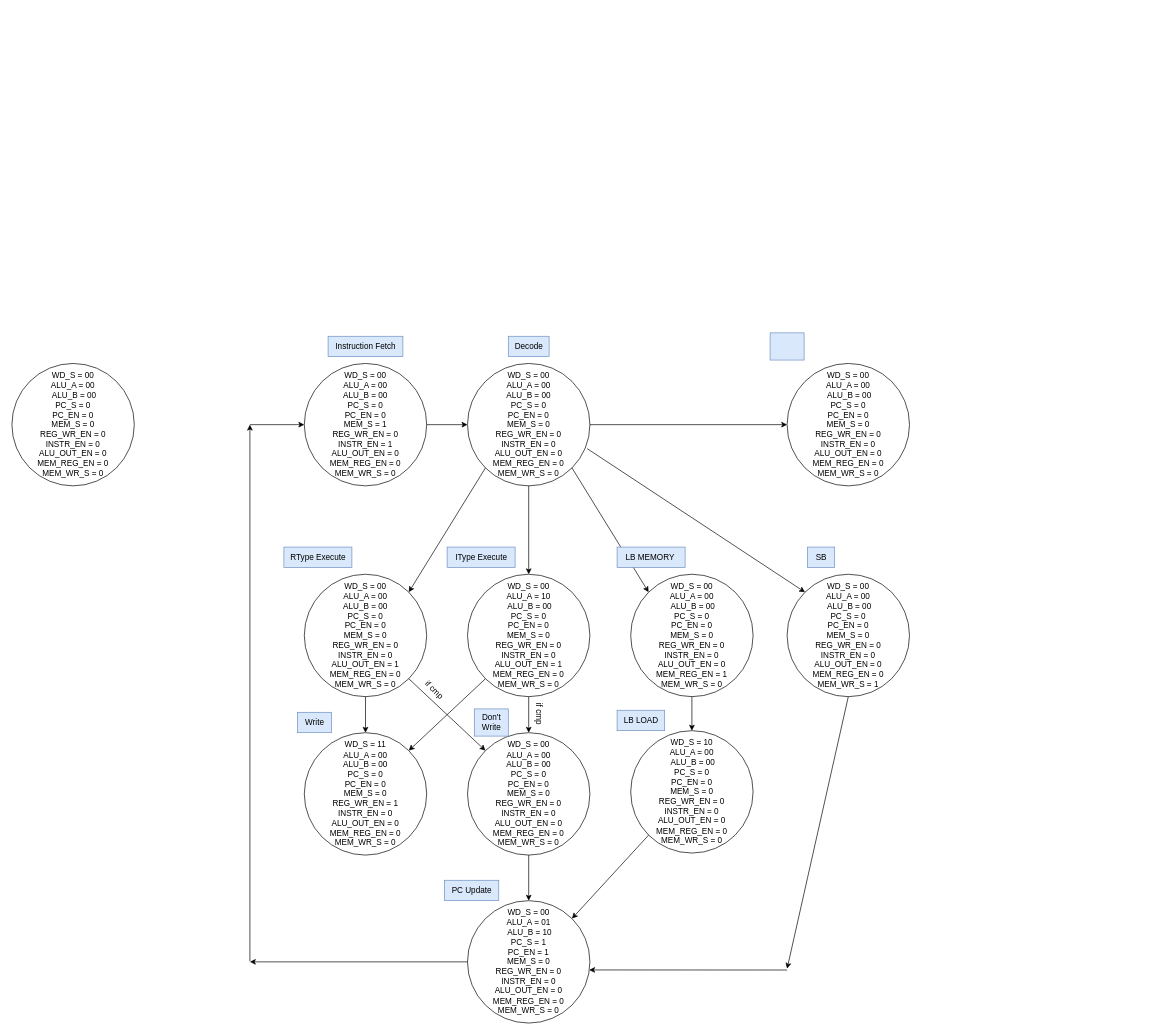
The draw.io diagram FSM.drawio in JaredMiller9922/3710-Group-Project, before the edit. Source tidied: cells renumbered, new cells numbered last; positions are measured from the earlier drawing's top-left corner, leaving out a move shared by most shapes. Both pictures are drawn from the tidied source at 68%, with x=0, y=0 at pixel (12, 333).
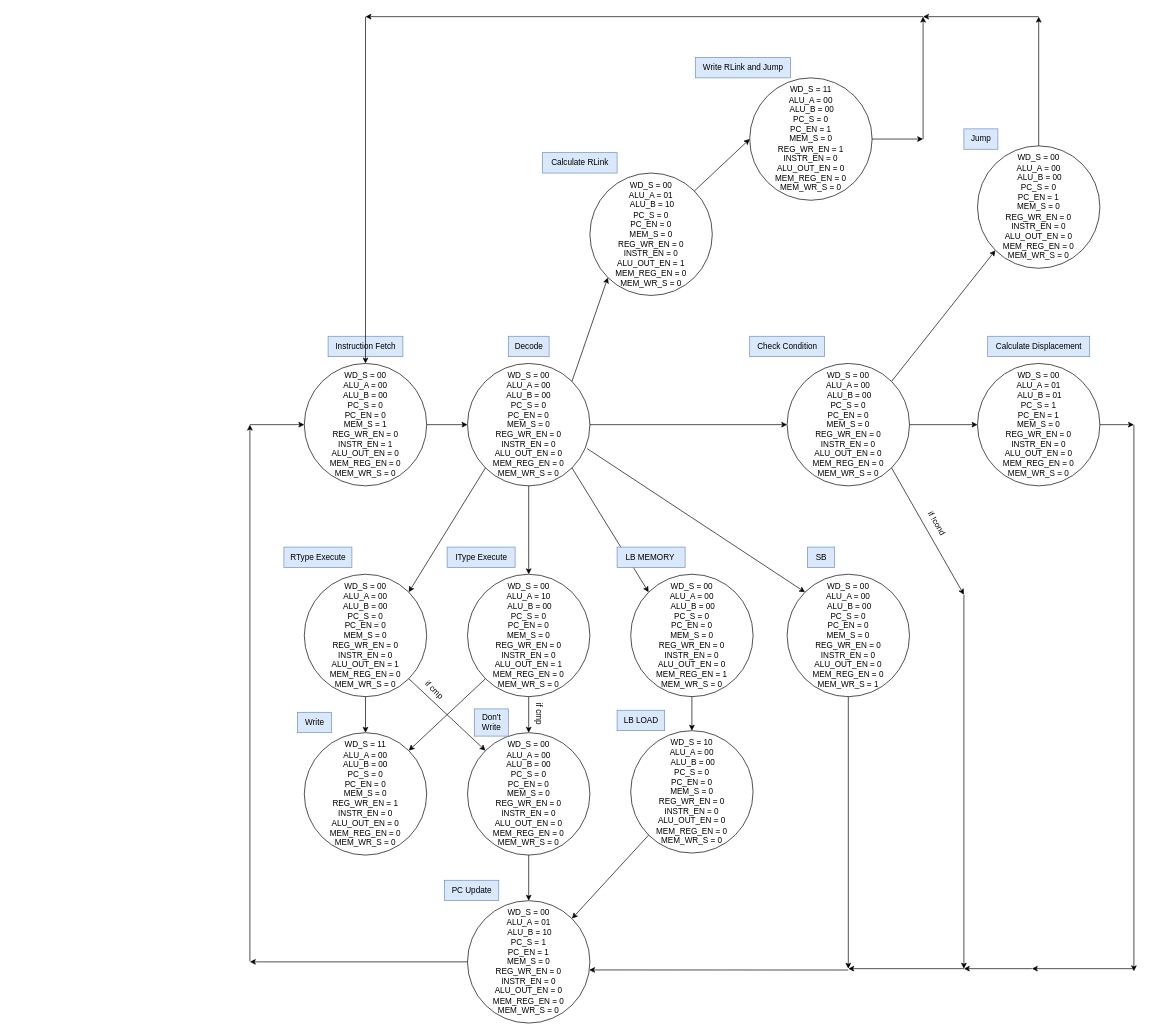
The same diagram, later.

Commit message (it also covers changes not shown here):
finishes fsm diagram and updates datapath

Unchanged cells that the change refers to:
```xml
<mxCell id="2" value="&lt;div&gt;&lt;div&gt;WD_S = 00&lt;/div&gt;&lt;div&gt;ALU_A = 00&lt;/div&gt;&lt;div&gt;ALU_B = 00&lt;/div&gt;&lt;div&gt;PC_S = 0&lt;/div&gt;&lt;div&gt;PC_EN = 0&lt;/div&gt;&lt;div&gt;MEM_S = 1&lt;/div&gt;&lt;div&gt;&lt;span style=&quot;background-color: initial;&quot;&gt;REG_WR_EN = 0&lt;/span&gt;&lt;/div&gt;&lt;/div&gt;&lt;div&gt;INSTR_EN = 1&lt;/div&gt;&lt;div&gt;&lt;span style=&quot;background-color: initial;&quot;&gt;ALU_OUT_EN = 0&lt;/span&gt;&lt;/div&gt;&lt;div&gt;&lt;span style=&quot;background-color: initial;&quot;&gt;MEM_REG_EN = 0&lt;/span&gt;&lt;/div&gt;&lt;div&gt;&lt;span style=&quot;background-color: initial;&quot;&gt;MEM_WR_S = 0&lt;/span&gt;&lt;/div&gt;" style="ellipse;whiteSpace=wrap;html=1;" parent="1" vertex="1">
  <mxGeometry x="430" y="45" width="180" height="180" as="geometry" />
</mxCell>
<mxCell id="5" value="&lt;div&gt;&lt;div&gt;WD_S = 00&lt;/div&gt;&lt;div&gt;ALU_A = 00&lt;/div&gt;&lt;div&gt;ALU_B = 00&lt;/div&gt;&lt;div&gt;PC_S = 0&lt;/div&gt;&lt;div&gt;PC_EN = 0&lt;/div&gt;&lt;div&gt;MEM_S = 0&lt;/div&gt;&lt;div&gt;&lt;span style=&quot;background-color: initial;&quot;&gt;REG_WR_EN = 0&lt;/span&gt;&lt;/div&gt;&lt;/div&gt;&lt;div&gt;INSTR_EN = 0&lt;/div&gt;&lt;div&gt;&lt;span style=&quot;background-color: initial;&quot;&gt;ALU_OUT_EN = 0&lt;br&gt;&lt;/span&gt;&lt;div&gt;&lt;span style=&quot;background-color: initial;&quot;&gt;MEM_REG_EN = 0&lt;/span&gt;&lt;/div&gt;&lt;div&gt;&lt;span style=&quot;background-color: initial;&quot;&gt;MEM_WR_S = 0&lt;/span&gt;&lt;/div&gt;&lt;/div&gt;" style="ellipse;whiteSpace=wrap;html=1;" parent="1" vertex="1">
  <mxGeometry x="670" y="45" width="180" height="180" as="geometry" />
</mxCell>
<mxCell id="24" value="&lt;div&gt;&lt;div&gt;WD_S = 00&lt;/div&gt;&lt;div&gt;ALU_A = 01&lt;/div&gt;&lt;div&gt;&amp;nbsp;ALU_B = 10&lt;/div&gt;&lt;div&gt;PC_S = 1&lt;/div&gt;&lt;div&gt;PC_EN = 1&lt;/div&gt;&lt;div&gt;MEM_S = 0&lt;/div&gt;&lt;div&gt;&lt;span style=&quot;background-color: initial;&quot;&gt;REG_WR_EN = 0&lt;/span&gt;&lt;/div&gt;&lt;/div&gt;&lt;div&gt;INSTR_EN = 0&lt;/div&gt;&lt;div&gt;ALU_OUT_EN = 0&lt;/div&gt;&lt;div&gt;&lt;div&gt;&lt;span style=&quot;background-color: initial;&quot;&gt;MEM_REG_EN = 0&lt;/span&gt;&lt;/div&gt;&lt;div&gt;&lt;span style=&quot;background-color: initial;&quot;&gt;MEM_WR_S = 0&lt;/span&gt;&lt;/div&gt;&lt;/div&gt;" style="ellipse;whiteSpace=wrap;html=1;" parent="1" vertex="1">
  <mxGeometry x="670" y="835" width="180" height="180" as="geometry" />
</mxCell>
<mxCell id="34" value="&lt;div&gt;&lt;div&gt;WD_S = 00&lt;/div&gt;&lt;div&gt;ALU_A = 00&lt;/div&gt;&lt;div&gt;&amp;nbsp;ALU_B = 00&lt;/div&gt;&lt;div&gt;PC_S = 0&lt;/div&gt;&lt;div&gt;PC_EN = 0&lt;/div&gt;&lt;div&gt;MEM_S = 0&lt;/div&gt;&lt;div&gt;&lt;span style=&quot;background-color: initial;&quot;&gt;REG_WR_EN = 0&lt;/span&gt;&lt;/div&gt;&lt;/div&gt;&lt;div&gt;INSTR_EN = 0&lt;/div&gt;&lt;div&gt;ALU_OUT_EN = 0&lt;br&gt;&lt;div&gt;&lt;span style=&quot;background-color: initial;&quot;&gt;MEM_REG_EN = 0&lt;/span&gt;&lt;/div&gt;&lt;div&gt;&lt;span style=&quot;background-color: initial;&quot;&gt;MEM_WR_S = 1&lt;/span&gt;&lt;/div&gt;&lt;/div&gt;" style="ellipse;whiteSpace=wrap;html=1;" parent="1" vertex="1">
  <mxGeometry x="1140" y="355" width="180" height="180" as="geometry" />
</mxCell>
<mxCell id="42" value="&lt;div&gt;&lt;div&gt;WD_S = 00&lt;/div&gt;&lt;div&gt;ALU_A = 00&lt;/div&gt;&lt;div&gt;&amp;nbsp;ALU_B = 00&lt;/div&gt;&lt;div&gt;PC_S = 0&lt;/div&gt;&lt;div&gt;PC_EN = 0&lt;/div&gt;&lt;div&gt;MEM_S = 0&lt;/div&gt;&lt;div&gt;&lt;span style=&quot;background-color: initial;&quot;&gt;REG_WR_EN = 0&lt;/span&gt;&lt;/div&gt;&lt;/div&gt;&lt;div&gt;INSTR_EN = 0&lt;/div&gt;&lt;div&gt;ALU_OUT_EN = 0&lt;br&gt;&lt;div&gt;&lt;span style=&quot;background-color: initial;&quot;&gt;MEM_REG_EN = 0&lt;/span&gt;&lt;/div&gt;&lt;div&gt;&lt;span style=&quot;background-color: initial;&quot;&gt;MEM_WR_S = 0&lt;/span&gt;&lt;/div&gt;&lt;/div&gt;" style="ellipse;whiteSpace=wrap;html=1;" parent="1" vertex="1">
  <mxGeometry x="1140" y="45" width="180" height="180" as="geometry" />
</mxCell>
```

What changed in the source:
```diff
@@
-    <mxCell id="4" value="&lt;div&gt;&lt;div&gt;WD_S = 00&lt;/div&gt;&lt;div&gt;ALU_A = 00&lt;/div&gt;&lt;div&gt;&amp;nbsp;ALU_B = 00&lt;/div&gt;&lt;div&gt;PC_S = 0&lt;/div&gt;&lt;div&gt;PC_EN = 0&lt;/div&gt;&lt;div&gt;MEM_S = 0&lt;/div&gt;&lt;div&gt;&lt;span style=&quot;background-color: initial;&quot;&gt;REG_WR_EN = 0&lt;/span&gt;&lt;/div&gt;&lt;/div&gt;&lt;div&gt;INSTR_EN = 0&lt;/div&gt;&lt;div&gt;ALU_OUT_EN = 0&lt;br&gt;&lt;div&gt;&lt;span style=&quot;background-color: initial;&quot;&gt;MEM_REG_EN = 0&lt;/span&gt;&lt;/div&gt;&lt;div&gt;&lt;span style=&quot;background-color: initial;&quot;&gt;MEM_WR_S = 0&lt;/span&gt;&lt;/div&gt;&lt;/div&gt;" style="ellipse;whiteSpace=wrap;html=1;" parent="1" vertex="1">
-      <mxGeometry y="45" width="180" height="180" as="geometry" />
-    </mxCell>
@@
     <mxCell id="40" style="endArrow=classic;html=1;rounded=0;exitX=0.5;exitY=1;exitDx=0;exitDy=0;" parent="1" edge="1" source="34">
       <mxGeometry relative="1" as="geometry">
-        <mxPoint x="1140" y="935" as="targetPoint" />
+        <mxPoint x="1230" y="935" as="targetPoint" />
       </mxGeometry>
     </mxCell>
     <mxCell id="41" style="endArrow=classic;html=1;rounded=0;entryX=0.994;entryY=0.566;entryDx=0;entryDy=0;entryPerimeter=0;" parent="1" edge="1" target="24">
       <mxGeometry relative="1" as="geometry">
-        <mxPoint x="1140" y="937" as="sourcePoint" />
+        <mxPoint x="1230" y="937" as="sourcePoint" />
       </mxGeometry>
     </mxCell>
@@
-    <mxCell id="44" style="text;html=1;align=center;verticalAlign=middle;strokeColor=#6c8ebf;fillColor=#dae8fc;" parent="1" vertex="1">
-      <mxGeometry x="1115" width="50" height="40" as="geometry" />
+    <mxCell id="44" value="Check Condition" style="text;html=1;align=center;verticalAlign=middle;strokeColor=#6c8ebf;fillColor=#dae8fc;" parent="1" vertex="1">
+      <mxGeometry x="1085" y="5" width="110" height="30" as="geometry" />
     </mxCell>
+    <mxCell id="45" style="endArrow=classic;html=1;rounded=0;exitX=1;exitY=1;exitDx=0;exitDy=0;" parent="1" edge="1" source="42">
+      <mxGeometry relative="1" as="geometry">
+        <mxPoint x="1400" y="385" as="targetPoint" />
+      </mxGeometry>
+    </mxCell>
+    <mxCell id="46" style="endArrow=classic;html=1;rounded=0;" parent="1" edge="1">
+      <mxGeometry relative="1" as="geometry">
+        <mxPoint x="1400" y="385" as="sourcePoint" />
+        <mxPoint x="1400" y="935" as="targetPoint" />
+      </mxGeometry>
+    </mxCell>
+    <mxCell id="47" style="endArrow=classic;html=1;rounded=0;" parent="1" edge="1">
+      <mxGeometry relative="1" as="geometry">
+        <mxPoint x="1400" y="935" as="sourcePoint" />
+        <mxPoint x="1230" y="935" as="targetPoint" />
+      </mxGeometry>
+    </mxCell>
+    <mxCell id="48" value="if !cond" style="text;html=1;align=center;verticalAlign=middle;strokeColor=none;fillColor=none;rotation=60;" parent="1" vertex="1">
+      <mxGeometry x="1330" y="265" width="60" height="30" as="geometry" />
+    </mxCell>
+    <mxCell id="49" value="Calculate Displacement" style="text;html=1;align=center;verticalAlign=middle;strokeColor=#6c8ebf;fillColor=#dae8fc;" parent="1" vertex="1">
+      <mxGeometry x="1435" y="5" width="150" height="30" as="geometry" />
+    </mxCell>
+    <mxCell id="50" style="endArrow=classic;html=1;rounded=0;exitX=1;exitY=0;exitDx=0;exitDy=0;entryX=0;entryY=1;entryDx=0;entryDy=0;" parent="1" edge="1" source="42" target="66">
+      <mxGeometry relative="1" as="geometry" />
+    </mxCell>
+    <mxCell id="51" style="endArrow=classic;html=1;rounded=0;exitX=1;exitY=0.5;exitDx=0;exitDy=0;entryX=0;entryY=0.5;entryDx=0;entryDy=0;" parent="1" edge="1" source="42" target="67">
+      <mxGeometry relative="1" as="geometry" />
+    </mxCell>
+    <mxCell id="52" style="endArrow=classic;html=1;rounded=0;" parent="1" edge="1">
+      <mxGeometry relative="1" as="geometry">
+        <mxPoint x="1500" y="935" as="sourcePoint" />
+        <mxPoint x="1400" y="935" as="targetPoint" />
+      </mxGeometry>
+    </mxCell>
+    <mxCell id="53" style="endArrow=classic;html=1;rounded=0;" parent="1" edge="1">
+      <mxGeometry relative="1" as="geometry">
+        <mxPoint x="1650" y="135" as="sourcePoint" />
+        <mxPoint x="1650" y="938.8" as="targetPoint" />
+      </mxGeometry>
+    </mxCell>
+    <mxCell id="54" style="endArrow=classic;html=1;rounded=0;" parent="1" edge="1">
+      <mxGeometry relative="1" as="geometry">
+        <mxPoint x="1650" y="935" as="sourcePoint" />
+        <mxPoint x="1500" y="935" as="targetPoint" />
+      </mxGeometry>
+    </mxCell>
+    <mxCell id="55" value="Jump" style="text;html=1;align=center;verticalAlign=middle;strokeColor=#6c8ebf;fillColor=#dae8fc;" parent="1" vertex="1">
+      <mxGeometry x="1400" y="-300" width="50" height="30" as="geometry" />
+    </mxCell>
+    <mxCell id="56" value="&lt;div&gt;&lt;div&gt;WD_S = 00&lt;/div&gt;&lt;div&gt;ALU_A = 01&lt;/div&gt;&lt;div&gt;&amp;nbsp;ALU_B = 10&lt;/div&gt;&lt;div&gt;PC_S = 0&lt;/div&gt;&lt;div&gt;PC_EN = 0&lt;/div&gt;&lt;div&gt;MEM_S = 0&lt;/div&gt;&lt;div&gt;&lt;span style=&quot;background-color: initial;&quot;&gt;REG_WR_EN = 0&lt;/span&gt;&lt;/div&gt;&lt;/div&gt;&lt;div&gt;INSTR_EN = 0&lt;/div&gt;&lt;div&gt;ALU_OUT_EN = 1&lt;/div&gt;&lt;div&gt;&lt;div&gt;&lt;span style=&quot;background-color: initial;&quot;&gt;MEM_REG_EN = 0&lt;/span&gt;&lt;/div&gt;&lt;div&gt;&lt;span style=&quot;background-color: initial;&quot;&gt;MEM_WR_S = 0&lt;/span&gt;&lt;/div&gt;&lt;/div&gt;" style="ellipse;whiteSpace=wrap;html=1;" parent="1" vertex="1">
+      <mxGeometry x="850" y="-235" width="180" height="180" as="geometry" />
+    </mxCell>
+    <mxCell id="57" value="Calculate RLink" style="text;html=1;align=center;verticalAlign=middle;strokeColor=#6c8ebf;fillColor=#dae8fc;" parent="1" vertex="1">
+      <mxGeometry x="780" y="-265" width="110" height="30" as="geometry" />
+    </mxCell>
+    <mxCell id="58" value="Write RLink and Jump" style="text;html=1;align=center;verticalAlign=middle;strokeColor=#6c8ebf;fillColor=#dae8fc;" parent="1" vertex="1">
+      <mxGeometry x="1005" y="-405" width="140" height="30" as="geometry" />
+    </mxCell>
+    <mxCell id="59" value="&lt;div&gt;&lt;div&gt;WD_S = 11&lt;/div&gt;&lt;div&gt;ALU_A = 00&lt;/div&gt;&lt;div&gt;&amp;nbsp;ALU_B = 00&lt;/div&gt;&lt;div&gt;PC_S = 0&lt;/div&gt;&lt;div&gt;PC_EN = 1&lt;/div&gt;&lt;div&gt;MEM_S = 0&lt;/div&gt;&lt;div&gt;&lt;span style=&quot;background-color: initial;&quot;&gt;REG_WR_EN = 1&lt;/span&gt;&lt;/div&gt;&lt;/div&gt;&lt;div&gt;INSTR_EN = 0&lt;/div&gt;&lt;div&gt;ALU_OUT_EN = 0&lt;br&gt;&lt;div&gt;&lt;span style=&quot;background-color: initial;&quot;&gt;MEM_REG_EN = 0&lt;/span&gt;&lt;/div&gt;&lt;div&gt;&lt;span style=&quot;background-color: initial;&quot;&gt;MEM_WR_S = 0&lt;/span&gt;&lt;/div&gt;&lt;/div&gt;" style="ellipse;whiteSpace=wrap;html=1;" parent="1" vertex="1">
+      <mxGeometry x="1085" y="-375" width="180" height="180" as="geometry" />
+    </mxCell>
+    <mxCell id="60" style="endArrow=classic;html=1;rounded=0;exitX=1;exitY=0;exitDx=0;exitDy=0;entryX=0;entryY=1;entryDx=0;entryDy=0;" parent="1" edge="1" source="5" target="56">
+      <mxGeometry relative="1" as="geometry" />
+    </mxCell>
+    <mxCell id="61" style="endArrow=classic;html=1;rounded=0;exitX=1;exitY=0;exitDx=0;exitDy=0;entryX=0;entryY=0.5;entryDx=0;entryDy=0;" parent="1" edge="1" source="56" target="59">
+      <mxGeometry relative="1" as="geometry" />
+    </mxCell>
+    <mxCell id="62" style="endArrow=classic;html=1;rounded=0;exitX=1;exitY=0.5;exitDx=0;exitDy=0;" parent="1" edge="1" source="59">
+      <mxGeometry relative="1" as="geometry">
+        <mxPoint x="1340" y="-285" as="targetPoint" />
+      </mxGeometry>
+    </mxCell>
+    <mxCell id="63" style="endArrow=classic;html=1;rounded=0;entryX=0.5;entryY=0;entryDx=0;entryDy=0;" parent="1" edge="1" target="2">
+      <mxGeometry relative="1" as="geometry">
+        <mxPoint x="520" y="-465" as="sourcePoint" />
+      </mxGeometry>
+    </mxCell>
+    <mxCell id="64" style="endArrow=classic;html=1;rounded=0;" parent="1" edge="1">
+      <mxGeometry relative="1" as="geometry">
+        <mxPoint x="1340" y="-465" as="sourcePoint" />
+        <mxPoint x="520" y="-465" as="targetPoint" />
+      </mxGeometry>
+    </mxCell>
+    <mxCell id="65" style="endArrow=classic;html=1;rounded=0;" parent="1" edge="1">
+      <mxGeometry relative="1" as="geometry">
+        <mxPoint x="1340" y="-285" as="sourcePoint" />
+        <mxPoint x="1340" y="-465" as="targetPoint" />
+      </mxGeometry>
+    </mxCell>
+    <mxCell id="66" value="&lt;div&gt;&lt;div&gt;WD_S = 00&lt;/div&gt;&lt;div&gt;ALU_A = 00&lt;/div&gt;&lt;div&gt;&amp;nbsp;ALU_B = 00&lt;/div&gt;&lt;div&gt;PC_S = 0&lt;/div&gt;&lt;div&gt;PC_EN = 1&lt;/div&gt;&lt;div&gt;MEM_S = 0&lt;/div&gt;&lt;div&gt;&lt;span style=&quot;background-color: initial;&quot;&gt;REG_WR_EN = 0&lt;/span&gt;&lt;/div&gt;&lt;/div&gt;&lt;div&gt;INSTR_EN = 0&lt;/div&gt;&lt;div&gt;ALU_OUT_EN = 0&lt;br&gt;&lt;div&gt;&lt;span style=&quot;background-color: initial;&quot;&gt;MEM_REG_EN = 0&lt;/span&gt;&lt;/div&gt;&lt;div&gt;&lt;span style=&quot;background-color: initial;&quot;&gt;MEM_WR_S = 0&lt;/span&gt;&lt;/div&gt;&lt;/div&gt;" style="ellipse;whiteSpace=wrap;html=1;" parent="1" vertex="1">
+      <mxGeometry x="1420" y="-275" width="180" height="180" as="geometry" />
+    </mxCell>
+    <mxCell id="67" value="&lt;div&gt;&lt;div&gt;WD_S = 00&lt;/div&gt;&lt;div&gt;ALU_A = 01&lt;/div&gt;&lt;div&gt;&amp;nbsp;ALU_B = 01&lt;/div&gt;&lt;div&gt;PC_S = 1&lt;/div&gt;&lt;div&gt;PC_EN = 1&lt;/div&gt;&lt;div&gt;MEM_S = 0&lt;/div&gt;&lt;div&gt;&lt;span style=&quot;background-color: initial;&quot;&gt;REG_WR_EN = 0&lt;/span&gt;&lt;/div&gt;&lt;/div&gt;&lt;div&gt;INSTR_EN = 0&lt;/div&gt;&lt;div&gt;ALU_OUT_EN = 0&lt;br&gt;&lt;div&gt;&lt;span style=&quot;background-color: initial;&quot;&gt;MEM_REG_EN = 0&lt;/span&gt;&lt;/div&gt;&lt;div&gt;&lt;span style=&quot;background-color: initial;&quot;&gt;MEM_WR_S = 0&lt;/span&gt;&lt;/div&gt;&lt;/div&gt;" style="ellipse;whiteSpace=wrap;html=1;" parent="1" vertex="1">
+      <mxGeometry x="1420" y="45" width="180" height="180" as="geometry" />
+    </mxCell>
+    <mxCell id="68" style="endArrow=classic;html=1;rounded=0;exitX=1;exitY=0.5;exitDx=0;exitDy=0;" parent="1" edge="1" source="67">
+      <mxGeometry relative="1" as="geometry">
+        <mxPoint x="1650" y="135" as="targetPoint" />
+      </mxGeometry>
+    </mxCell>
+    <mxCell id="69" style="endArrow=classic;html=1;rounded=0;" parent="1" edge="1">
+      <mxGeometry relative="1" as="geometry">
+        <mxPoint x="1510" y="-465" as="sourcePoint" />
+        <mxPoint x="1340" y="-465" as="targetPoint" />
+      </mxGeometry>
+    </mxCell>
+    <mxCell id="70" style="endArrow=classic;html=1;rounded=0;exitX=0.5;exitY=0;exitDx=0;exitDy=0;" parent="1" edge="1" source="66">
+      <mxGeometry relative="1" as="geometry">
+        <mxPoint x="1510" y="-465" as="targetPoint" />
+      </mxGeometry>
+    </mxCell>
```
